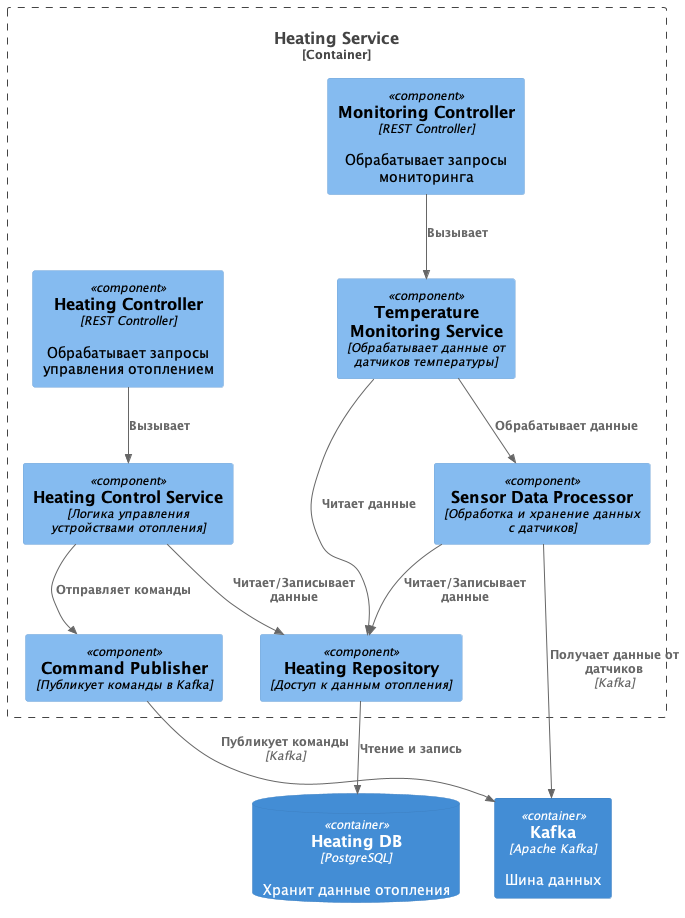
The PlantUML diagram docs/diagrams/out/task_2/heating_service_component.png in Veles-Pan/practicum-architecture-sprint-3, before a commit.
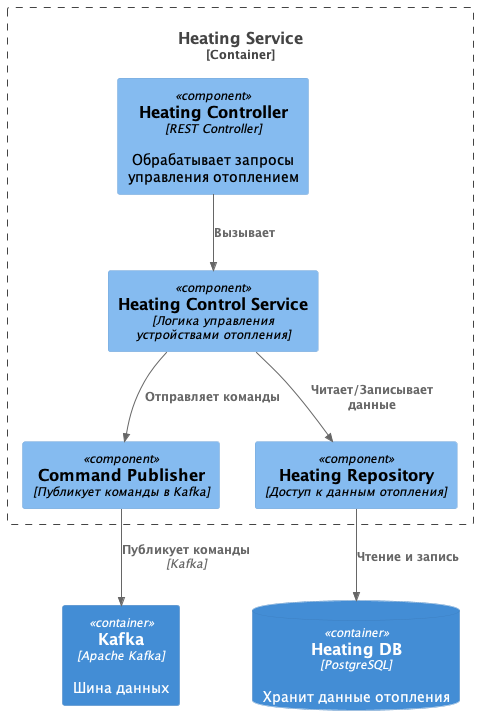
After the change.

What changed in the source:
```diff
@@ -6,10 +6,6 @@
     Component(heatingController, "Heating Controller", "REST Controller", "Обрабатывает запросы управления отоплением")
     Component(heatingControlService, "Heating Control Service", "Логика управления устройствами отопления")
     Component(commandPublisher, "Command Publisher", "Публикует команды в Kafka")
-
-    Component(monitoringController, "Monitoring Controller", "REST Controller", "Обрабатывает запросы мониторинга")
-    Component(temperatureMonitoringService, "Temperature Monitoring Service",  "Обрабатывает данные от датчиков температуры")
-    Component(sensorDataProcessor, "Sensor Data Processor", "Обработка и хранение данных с датчиков")
 
     Component(heatingRepository, "Heating Repository", "Доступ к данным отопления")
 }
@@ -21,13 +17,7 @@
 Rel(heatingControlService, commandPublisher, "Отправляет команды")
 Rel(commandPublisher, kafka, "Публикует команды", "Kafka")
 
-Rel(monitoringController, temperatureMonitoringService, "Вызывает")
-Rel(temperatureMonitoringService, sensorDataProcessor, "Обрабатывает данные")
-Rel(sensorDataProcessor, heatingRepository, "Читает/Записывает данные")
-Rel(sensorDataProcessor, kafka, "Получает данные от датчиков", "Kafka")
-
 Rel(heatingControlService, heatingRepository, "Читает/Записывает данные")
 Rel(heatingRepository, heatingDB, "Чтение и запись")
-Rel(temperatureMonitoringService, heatingRepository, "Читает данные")
 
 @enduml
```
